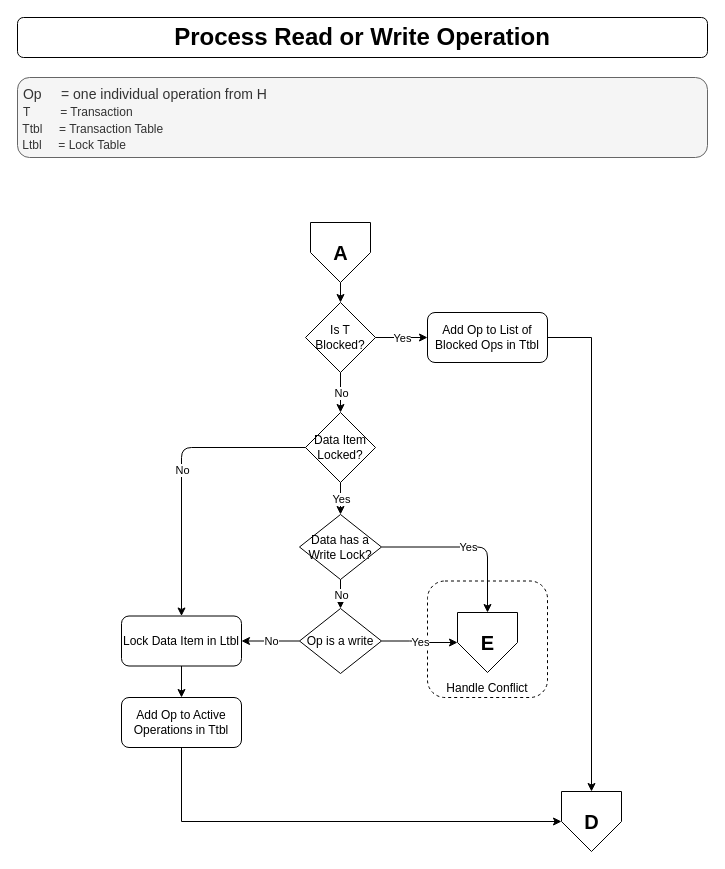
Earlier version of the draw.io diagram Design/CS 5570 Team4 Design - Scheduler - Process Commit.drawio (Rod-Skoglund/CS5570-Project). Source tidied: cells renumbered, new cells numbered last; positions are measured from the earlier drawing's top-left corner, leaving out a move shared by most shapes. Both pictures are drawn from the tidied source at 100%, with x=0, y=0 at pixel (17, 17).
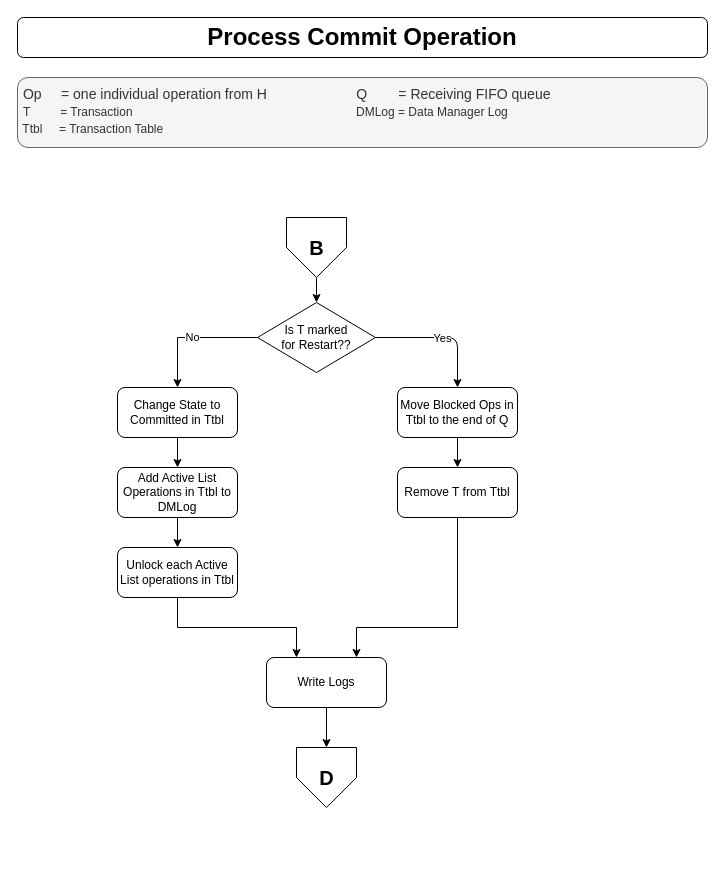
Above is the later version.

Commit message:
Design Complete

What changed in the source:
```diff
@@
-    <mxCell id="2" value="Process Read or Write Operation" style="rounded=1;whiteSpace=wrap;html=1;fontSize=24;glass=0;strokeWidth=1;shadow=0;fontStyle=1;" parent="1" vertex="1">
+    <mxCell id="2" value="Process Commit Operation" style="rounded=1;whiteSpace=wrap;html=1;fontSize=24;glass=0;strokeWidth=1;shadow=0;fontStyle=1;" parent="1" vertex="1">
       <mxGeometry width="690" height="40" as="geometry" />
     </mxCell>
-    <mxCell id="3" value="&amp;nbsp;Op&amp;nbsp; &amp;nbsp; &amp;nbsp;= one individual operation from H&lt;br&gt;&amp;nbsp;&lt;span style=&quot;text-align: center ; font-size: 12px&quot;&gt;&lt;font style=&quot;font-size: 12px&quot;&gt;T&amp;nbsp; &amp;nbsp; &amp;nbsp; &amp;nbsp; &amp;nbsp;= Transaction&lt;br&gt;&amp;nbsp;Ttbl&amp;nbsp; &amp;nbsp; &amp;nbsp;= Transaction Table&lt;br&gt;&amp;nbsp;Ltbl&amp;nbsp; &amp;nbsp; &amp;nbsp;= Lock Table&lt;br&gt;&lt;/font&gt;&lt;/span&gt;" style="text;html=1;align=left;verticalAlign=top;whiteSpace=wrap;rounded=1;fontSize=14;labelBorderColor=none;spacingTop=2;spacingLeft=0;spacingBottom=0;spacingRight=0;spacing=2;perimeterSpacing=0;strokeWidth=1;labelPadding=-1;fillColor=#f5f5f5;strokeColor=#666666;fontColor=#333333;" parent="1" vertex="1">
-      <mxGeometry y="60" width="690" height="80" as="geometry" />
+    <mxCell id="3" value="&amp;nbsp;Op&amp;nbsp; &amp;nbsp; &amp;nbsp;= one individual operation from H&amp;nbsp; &amp;nbsp; &amp;nbsp; &amp;nbsp; &amp;nbsp; &amp;nbsp; &amp;nbsp; &amp;nbsp; &amp;nbsp; &amp;nbsp; &amp;nbsp; &amp;nbsp;Q&amp;nbsp; &amp;nbsp; &amp;nbsp; &amp;nbsp; = Receiving FIFO queue&lt;br&gt;&amp;nbsp;&lt;span style=&quot;text-align: center ; font-size: 12px&quot;&gt;&lt;font style=&quot;font-size: 12px&quot;&gt;T&amp;nbsp; &amp;nbsp; &amp;nbsp; &amp;nbsp; &amp;nbsp;= Transaction&amp;nbsp; &amp;nbsp; &amp;nbsp; &amp;nbsp; &amp;nbsp; &amp;nbsp; &amp;nbsp; &amp;nbsp; &amp;nbsp; &amp;nbsp; &amp;nbsp; &amp;nbsp; &amp;nbsp; &amp;nbsp; &amp;nbsp; &amp;nbsp; &amp;nbsp; &amp;nbsp; &amp;nbsp; &amp;nbsp; &amp;nbsp; &amp;nbsp; &amp;nbsp; &amp;nbsp; &amp;nbsp; &amp;nbsp; &amp;nbsp; &amp;nbsp; &amp;nbsp; &amp;nbsp; &amp;nbsp; &amp;nbsp; &amp;nbsp; &amp;nbsp;DMLog = Data Manager Log&lt;br&gt;&amp;nbsp;Ttbl&amp;nbsp; &amp;nbsp; &amp;nbsp;= Transaction Table&lt;br&gt;&lt;/font&gt;&lt;/span&gt;" style="text;html=1;align=left;verticalAlign=top;whiteSpace=wrap;rounded=1;fontSize=14;labelBorderColor=none;spacingTop=2;spacingLeft=0;spacingBottom=0;spacingRight=0;spacing=2;perimeterSpacing=0;strokeWidth=1;labelPadding=-1;fillColor=#f5f5f5;strokeColor=#666666;fontColor=#333333;" parent="1" vertex="1">
+      <mxGeometry y="60" width="690" height="70" as="geometry" />
     </mxCell>
-    <mxCell id="4" style="edgeStyle=orthogonalEdgeStyle;rounded=0;jettySize=auto;html=1;exitX=0.5;exitY=1;exitDx=0;exitDy=0;entryX=0;entryY=0.5;entryDx=0;entryDy=0;" parent="1" edge="1" source="22" target="9">
-      <mxGeometry x="310" y="260" as="geometry" />
-    </mxCell>
-    <mxCell id="5" value="A" style="verticalLabelPosition=middle;verticalAlign=middle;html=1;shape=offPageConnector;rounded=0;size=0.5;labelPosition=center;align=center;fontSize=20;fontStyle=1;" parent="1" vertex="1">
-      <mxGeometry x="293" y="205" width="60" height="60" as="geometry" />
+    <mxCell id="5" value="B" style="verticalLabelPosition=middle;verticalAlign=middle;html=1;shape=offPageConnector;rounded=0;size=0.5;labelPosition=center;align=center;fontSize=20;fontStyle=1;" parent="1" vertex="1">
+      <mxGeometry x="269" y="200" width="60" height="60" as="geometry" />
     </mxCell>
+    <mxCell id="35" value="No" style="edgeStyle=orthogonalEdgeStyle;rounded=0;jettySize=auto;html=1;exitX=0;exitY=0.5;exitDx=0;exitDy=0;entryX=0.5;entryY=0;entryDx=0;entryDy=0;strokeWidth=1;" parent="1" edge="1" source="6" target="42">
+      <mxGeometry relative="1" as="geometry" />
+    </mxCell>
-    <mxCell id="6" value="Is T Blocked?" style="rhombus;whiteSpace=wrap;html=1;" parent="1" vertex="1">
-      <mxGeometry x="288" y="285" width="70" height="70" as="geometry" />
+    <mxCell id="6" value="Is T marked &lt;br&gt;for Restart??" style="rhombus;whiteSpace=wrap;html=1;" parent="1" vertex="1">
+      <mxGeometry x="240" y="285" width="118" height="70" as="geometry" />
     </mxCell>
@@
+    <mxCell id="36" style="edgeStyle=orthogonalEdgeStyle;rounded=0;jettySize=auto;html=1;exitX=0.5;exitY=1;exitDx=0;exitDy=0;strokeWidth=1;" parent="1" edge="1" source="8" target="38">
+      <mxGeometry relative="1" as="geometry" />
+    </mxCell>
-    <mxCell id="8" value="Add Op to List of Blocked Ops in Ttbl" style="rounded=1;whiteSpace=wrap;html=1;fontSize=12;glass=0;strokeWidth=1;shadow=0;" parent="1" vertex="1">
-      <mxGeometry x="410" y="295" width="120" height="50" as="geometry" />
+    <mxCell id="8" value="Move Blocked Ops in Ttbl to the end of Q" style="rounded=1;whiteSpace=wrap;html=1;fontSize=12;glass=0;strokeWidth=1;shadow=0;" parent="1" vertex="1">
+      <mxGeometry x="380" y="370" width="120" height="50" as="geometry" />
     </mxCell>
     <mxCell id="9" value="D" style="verticalLabelPosition=middle;verticalAlign=middle;html=1;shape=offPageConnector;rounded=0;size=0.5;labelPosition=center;align=center;fontSize=20;fontStyle=1;" parent="1" vertex="1">
-      <mxGeometry x="544" y="774" width="60" height="60" as="geometry" />
+      <mxGeometry x="279" y="730" width="60" height="60" as="geometry" />
     </mxCell>
-    <mxCell id="10" style="endArrow=classic;html=1;exitX=1;exitY=0.5;exitDx=0;exitDy=0;entryX=0;entryY=0.5;entryDx=0;entryDy=0;edgeStyle=orthogonalEdgeStyle;" parent="1" edge="1" source="6" target="8">
+    <mxCell id="10" style="endArrow=classic;html=1;exitX=1;exitY=0.5;exitDx=0;exitDy=0;entryX=0.5;entryY=0;entryDx=0;entryDy=0;edgeStyle=orthogonalEdgeStyle;strokeWidth=1;spacing=2;" parent="1" edge="1" source="6" target="8">
       <mxGeometry x="310" y="285" as="geometry" />
     </mxCell>
@@
-    <mxCell id="12" style="endArrow=classic;html=1;exitX=0.5;exitY=1;exitDx=0;exitDy=0;edgeStyle=orthogonalEdgeStyle;entryX=0.5;entryY=0;entryDx=0;entryDy=0;" parent="1" edge="1" source="6" target="16">
-      <mxGeometry x="310" y="285" as="geometry">
-        <Array as="points">
-          <mxPoint x="323" y="395" />
-        </Array>
-      </mxGeometry>
-    </mxCell>
-    <mxCell id="13" value="No" style="edgeLabel;html=1;align=center;verticalAlign=middle;" parent="12" vertex="1">
-      <mxGeometry relative="1" as="geometry" />
-    </mxCell>
-    <mxCell id="14" style="edgeStyle=orthogonalEdgeStyle;rounded=0;jettySize=auto;html=1;entryX=0.5;entryY=0;entryDx=0;entryDy=0;exitX=1;exitY=0.5;exitDx=0;exitDy=0;" parent="1" edge="1" source="8" target="9">
-      <mxGeometry x="320" y="295" as="geometry" />
-    </mxCell>
-    <mxCell id="15" value="Handle Conflict" style="rounded=1;whiteSpace=wrap;html=1;fontSize=12;glass=0;strokeWidth=1;shadow=0;dashed=1;verticalAlign=bottom;" parent="1" vertex="1">
-      <mxGeometry x="410" y="563.5" width="120" height="116.5" as="geometry" />
-    </mxCell>
-    <mxCell id="16" value="Data Item Locked?" style="rhombus;whiteSpace=wrap;html=1;" parent="1" vertex="1">
-      <mxGeometry x="288" y="395" width="70" height="70" as="geometry" />
-    </mxCell>
-    <mxCell id="17" style="endArrow=classic;html=1;entryX=0.5;entryY=0;entryDx=0;entryDy=0;edgeStyle=orthogonalEdgeStyle;exitX=0.5;exitY=1;exitDx=0;exitDy=0;" parent="1" edge="1" source="16" target="24">
-      <mxGeometry x="320" y="295" as="geometry" />
-    </mxCell>
-    <mxCell id="18" value="Yes" style="edgeLabel;html=1;align=center;verticalAlign=middle;" parent="17" vertex="1">
-      <mxGeometry relative="1" as="geometry" />
-    </mxCell>
-    <mxCell id="19" value="Lock Data Item in Ltbl" style="rounded=1;whiteSpace=wrap;html=1;fontSize=12;glass=0;strokeWidth=1;shadow=0;" parent="1" vertex="1">
-      <mxGeometry x="104" y="598.5" width="120" height="50" as="geometry" />
-    </mxCell>
-    <mxCell id="20" style="endArrow=classic;html=1;edgeStyle=orthogonalEdgeStyle;exitX=0;exitY=0.5;exitDx=0;exitDy=0;entryX=0.5;entryY=0;entryDx=0;entryDy=0;" parent="1" edge="1" source="16" target="19">
-      <mxGeometry x="320" y="295" as="geometry">
-        <Array as="points">
-          <mxPoint x="164" y="430" />
-        </Array>
-      </mxGeometry>
-    </mxCell>
-    <mxCell id="21" value="No" style="edgeLabel;html=1;align=center;verticalAlign=middle;" parent="20" vertex="1">
-      <mxGeometry relative="1" as="geometry" />
-    </mxCell>
-    <mxCell id="22" value="Add Op to Active Operations in Ttbl" style="rounded=1;whiteSpace=wrap;html=1;fontSize=12;glass=0;strokeWidth=1;shadow=0;" parent="1" vertex="1">
-      <mxGeometry x="104" y="680" width="120" height="50" as="geometry" />
-    </mxCell>
-    <mxCell id="23" style="edgeStyle=orthogonalEdgeStyle;rounded=0;jettySize=auto;html=1;entryX=0.5;entryY=0;entryDx=0;entryDy=0;exitX=0.5;exitY=1;exitDx=0;exitDy=0;" parent="1" edge="1" source="19" target="22">
-      <mxGeometry x="294" y="490" as="geometry" />
-    </mxCell>
-    <mxCell id="24" value="Data has a Write Lock?" style="rhombus;whiteSpace=wrap;html=1;" parent="1" vertex="1">
-      <mxGeometry x="282" y="497" width="82" height="65" as="geometry" />
-    </mxCell>
-    <mxCell id="25" value="Op is a write" style="rhombus;whiteSpace=wrap;html=1;" parent="1" vertex="1">
-      <mxGeometry x="282" y="591" width="82" height="65" as="geometry" />
-    </mxCell>
-    <mxCell id="26" style="endArrow=classic;html=1;edgeStyle=orthogonalEdgeStyle;entryX=0.5;entryY=0;entryDx=0;entryDy=0;exitX=0.5;exitY=1;exitDx=0;exitDy=0;" parent="1" edge="1" source="24" target="25">
-      <mxGeometry x="320" y="295" as="geometry" />
-    </mxCell>
-    <mxCell id="27" value="No" style="edgeLabel;html=1;align=center;verticalAlign=middle;" parent="26" vertex="1">
-      <mxGeometry relative="1" as="geometry" />
-    </mxCell>
-    <mxCell id="28" style="endArrow=classic;html=1;edgeStyle=orthogonalEdgeStyle;entryX=1;entryY=0.5;entryDx=0;entryDy=0;exitX=0;exitY=0.5;exitDx=0;exitDy=0;" parent="1" edge="1" source="25" target="19">
-      <mxGeometry x="330" y="305" as="geometry" />
-    </mxCell>
-    <mxCell id="29" value="No" style="edgeLabel;html=1;align=center;verticalAlign=middle;" parent="28" vertex="1">
-      <mxGeometry relative="1" as="geometry" />
-    </mxCell>
-    <mxCell id="30" style="endArrow=classic;html=1;exitX=1;exitY=0.5;exitDx=0;exitDy=0;entryX=0.5;entryY=0;entryDx=0;entryDy=0;edgeStyle=orthogonalEdgeStyle;" parent="1" edge="1" source="24" target="34">
-      <mxGeometry x="320" y="295" as="geometry" />
-    </mxCell>
-    <mxCell id="31" value="Yes" style="edgeLabel;html=1;align=center;verticalAlign=middle;" parent="30" vertex="1">
-      <mxGeometry relative="1" as="geometry" />
-    </mxCell>
-    <mxCell id="32" style="endArrow=classic;html=1;exitX=1;exitY=0.5;exitDx=0;exitDy=0;entryX=0;entryY=0.5;entryDx=0;entryDy=0;edgeStyle=orthogonalEdgeStyle;" parent="1" edge="1" source="25" target="34">
-      <mxGeometry x="330" y="305" as="geometry" />
-    </mxCell>
-    <mxCell id="33" value="Yes" style="edgeLabel;html=1;align=center;verticalAlign=middle;" parent="32" vertex="1">
-      <mxGeometry relative="1" as="geometry" />
-    </mxCell>
-    <mxCell id="34" value="E" style="verticalLabelPosition=middle;verticalAlign=middle;html=1;shape=offPageConnector;rounded=0;size=0.5;labelPosition=center;align=center;fontSize=20;fontStyle=1;" parent="1" vertex="1">
-      <mxGeometry x="440" y="595" width="60" height="60" as="geometry" />
-    </mxCell>
+    <mxCell id="37" style="edgeStyle=orthogonalEdgeStyle;rounded=0;jettySize=auto;html=1;exitX=0.5;exitY=1;exitDx=0;exitDy=0;entryX=0.75;entryY=0;entryDx=0;entryDy=0;strokeWidth=1;" parent="1" edge="1" source="38" target="40">
+      <mxGeometry relative="1" as="geometry">
+        <Array as="points">
+          <mxPoint x="440" y="610" />
+          <mxPoint x="339" y="610" />
+        </Array>
+      </mxGeometry>
+    </mxCell>
+    <mxCell id="38" value="Remove T from Ttbl" style="rounded=1;whiteSpace=wrap;html=1;fontSize=12;glass=0;strokeWidth=1;shadow=0;" parent="1" vertex="1">
+      <mxGeometry x="380" y="450" width="120" height="50" as="geometry" />
+    </mxCell>
+    <mxCell id="39" style="edgeStyle=orthogonalEdgeStyle;rounded=0;jettySize=auto;html=1;exitX=0.5;exitY=1;exitDx=0;exitDy=0;entryX=0.5;entryY=0;entryDx=0;entryDy=0;strokeWidth=1;" parent="1" edge="1" source="40" target="9">
+      <mxGeometry relative="1" as="geometry" />
+    </mxCell>
+    <mxCell id="40" value="Write Logs" style="rounded=1;whiteSpace=wrap;html=1;fontSize=12;glass=0;strokeWidth=1;shadow=0;" parent="1" vertex="1">
+      <mxGeometry x="249" y="640" width="120" height="50" as="geometry" />
+    </mxCell>
+    <mxCell id="41" style="edgeStyle=orthogonalEdgeStyle;rounded=0;jettySize=auto;html=1;strokeWidth=1;entryX=0.5;entryY=0;entryDx=0;entryDy=0;" parent="1" edge="1" source="42" target="44">
+      <mxGeometry relative="1" as="geometry" />
+    </mxCell>
+    <mxCell id="42" value="Change State to Committed in Ttbl" style="rounded=1;whiteSpace=wrap;html=1;fontSize=12;glass=0;strokeWidth=1;shadow=0;" parent="1" vertex="1">
+      <mxGeometry x="100" y="370" width="120" height="50" as="geometry" />
+    </mxCell>
+    <mxCell id="43" style="edgeStyle=orthogonalEdgeStyle;rounded=0;jettySize=auto;html=1;exitX=0.5;exitY=1;exitDx=0;exitDy=0;entryX=0.5;entryY=0;entryDx=0;entryDy=0;strokeWidth=1;" parent="1" edge="1" source="44" target="46">
+      <mxGeometry relative="1" as="geometry" />
+    </mxCell>
+    <mxCell id="44" value="Add Active List Operations in Ttbl to DMLog" style="rounded=1;whiteSpace=wrap;html=1;fontSize=12;glass=0;strokeWidth=1;shadow=0;" parent="1" vertex="1">
+      <mxGeometry x="100" y="450" width="120" height="50" as="geometry" />
+    </mxCell>
+    <mxCell id="45" style="edgeStyle=orthogonalEdgeStyle;rounded=0;jettySize=auto;html=1;exitX=0.5;exitY=1;exitDx=0;exitDy=0;entryX=0.25;entryY=0;entryDx=0;entryDy=0;strokeWidth=1;" parent="1" edge="1" source="46" target="40">
+      <mxGeometry relative="1" as="geometry" />
+    </mxCell>
+    <mxCell id="46" value="Unlock each Active List operations in Ttbl" style="rounded=1;whiteSpace=wrap;html=1;fontSize=12;glass=0;strokeWidth=1;shadow=0;" parent="1" vertex="1">
+      <mxGeometry x="100" y="530" width="120" height="50" as="geometry" />
+    </mxCell>
```
